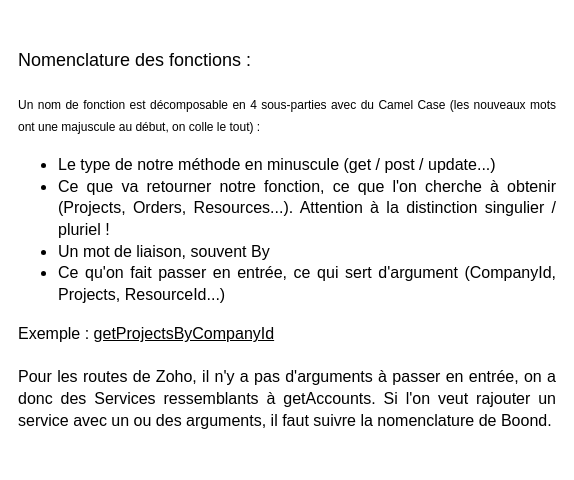
Before: page "Nomenclature fonctions" (1 of 6) of diagrams/Routes & Classes.drawio in the-next-dimitri/documentation-ROBI, a draw.io diagram. Source tidied: cells renumbered, new cells numbered last; positions are measured from the earlier drawing's top-left corner, leaving out a move shared by most shapes. Both pictures are drawn from the tidied source at 100%, with x=0, y=0 at pixel (17, 25).
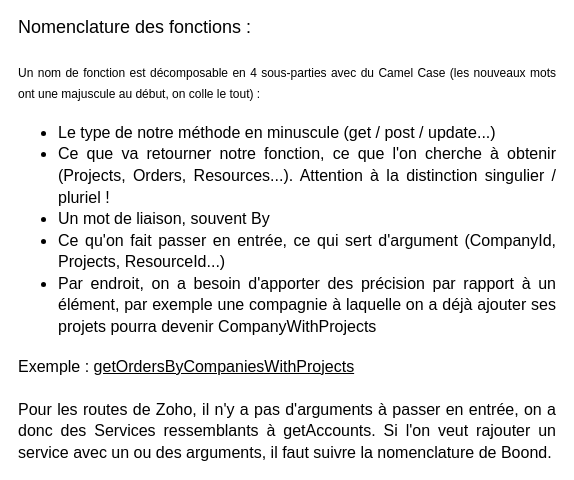
The same page after the edit.

The edit, as a diff of the source:
```diff
@@
 <mxGraphModel>
   <root>
     <mxCell id="0" />
     <mxCell id="1" parent="0" />
-    <mxCell id="2" value="&lt;div style=&quot;text-align: justify&quot;&gt;&lt;span&gt;Nomenclature des fonctions :&lt;/span&gt;&lt;/div&gt;&lt;div style=&quot;text-align: justify&quot;&gt;&lt;br&gt;&lt;/div&gt;&lt;div style=&quot;text-align: justify&quot;&gt;&lt;font style=&quot;font-size: 12px&quot;&gt;Un nom de fonction est décomposable en 4 sous-parties avec du Camel Case (les nouveaux mots ont une majuscule au début, on colle le tout) :&lt;/font&gt;&lt;/div&gt;&lt;div style=&quot;text-align: justify&quot;&gt;&lt;ul&gt;&lt;li&gt;&lt;font size=&quot;3&quot;&gt;Le type de notre méthode en minuscule (get / post / update...)&lt;/font&gt;&lt;/li&gt;&lt;li&gt;&lt;font size=&quot;3&quot;&gt;Ce que va retourner notre fonction, ce que l'on cherche à obtenir (Projects, Orders, Resources...). Attention à la distinction singulier / pluriel !&lt;/font&gt;&lt;/li&gt;&lt;li&gt;&lt;font size=&quot;3&quot;&gt;Un mot de liaison, souvent By&lt;/font&gt;&lt;/li&gt;&lt;li&gt;&lt;font size=&quot;3&quot;&gt;Ce qu'on fait passer en entrée, ce qui sert d'argument (CompanyId, Projects, ResourceId...)&lt;/font&gt;&lt;/li&gt;&lt;/ul&gt;&lt;div&gt;&lt;font size=&quot;3&quot;&gt;Exemple : &lt;u&gt;getProjectsByCompanyId&lt;/u&gt;&lt;/font&gt;&lt;/div&gt;&lt;div&gt;&lt;font size=&quot;3&quot;&gt;&lt;br&gt;&lt;/font&gt;&lt;/div&gt;&lt;div&gt;&lt;font size=&quot;3&quot;&gt;Pour les routes de Zoho, il n'y a pas d'arguments à passer en entrée, on a donc des Services ressemblants à getAccounts. Si l'on veut rajouter un service avec un ou des arguments, il faut suivre la nomenclature de Boond.&lt;/font&gt;&lt;/div&gt;&lt;/div&gt;" style="text;html=1;strokeColor=none;fillColor=none;align=center;verticalAlign=middle;whiteSpace=wrap;rounded=0;fontSize=18;" parent="1" vertex="1">
+    <mxCell id="2" value="&lt;div style=&quot;text-align: justify&quot;&gt;&lt;span&gt;Nomenclature des fonctions :&lt;/span&gt;&lt;/div&gt;&lt;div style=&quot;text-align: justify&quot;&gt;&lt;br&gt;&lt;/div&gt;&lt;div style=&quot;text-align: justify&quot;&gt;&lt;font style=&quot;font-size: 12px&quot;&gt;Un nom de fonction est décomposable en 4 sous-parties avec du Camel Case (les nouveaux mots ont une majuscule au début, on colle le tout) :&lt;/font&gt;&lt;/div&gt;&lt;div style=&quot;text-align: justify&quot;&gt;&lt;ul&gt;&lt;li&gt;&lt;font size=&quot;3&quot;&gt;Le type de notre méthode en minuscule (get / post / update...)&lt;/font&gt;&lt;/li&gt;&lt;li&gt;&lt;font size=&quot;3&quot;&gt;Ce que va retourner notre fonction, ce que l'on cherche à obtenir (Projects, Orders, Resources...). Attention à la distinction singulier / pluriel !&lt;/font&gt;&lt;/li&gt;&lt;li&gt;&lt;font size=&quot;3&quot;&gt;Un mot de liaison, souvent By&lt;/font&gt;&lt;/li&gt;&lt;li&gt;&lt;font size=&quot;3&quot;&gt;Ce qu'on fait passer en entrée, ce qui sert d'argument (CompanyId, Projects, ResourceId...)&lt;/font&gt;&lt;/li&gt;&lt;li&gt;&lt;font size=&quot;3&quot;&gt;Par endroit, on a besoin d'apporter des précision par rapport à un élément, par exemple une compagnie à laquelle on a déjà ajouter ses projets pourra devenir CompanyWithProjects&lt;/font&gt;&lt;/li&gt;&lt;/ul&gt;&lt;div&gt;&lt;font size=&quot;3&quot;&gt;Exemple : &lt;u&gt;getOrdersByCompaniesWithProjects&lt;/u&gt;&lt;/font&gt;&lt;/div&gt;&lt;div&gt;&lt;font size=&quot;3&quot;&gt;&lt;br&gt;&lt;/font&gt;&lt;/div&gt;&lt;div&gt;&lt;font size=&quot;3&quot;&gt;Pour les routes de Zoho, il n'y a pas d'arguments à passer en entrée, on a donc des Services ressemblants à getAccounts. Si l'on veut rajouter un service avec un ou des arguments, il faut suivre la nomenclature de Boond.&lt;/font&gt;&lt;/div&gt;&lt;/div&gt;" style="text;html=1;strokeColor=none;fillColor=none;align=center;verticalAlign=middle;whiteSpace=wrap;rounded=0;fontSize=18;" parent="1" vertex="1">
       <mxGeometry width="540" height="430" as="geometry" />
     </mxCell>
   </root>
 </mxGraphModel>
```
